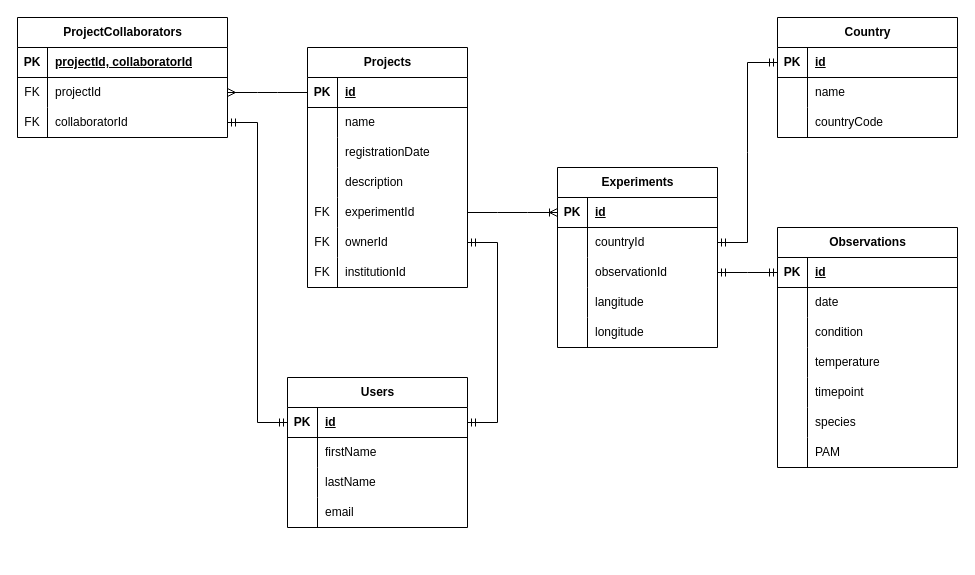
This is db_schema.drawio from greenjune-ship-it/coral-future, a draw.io file, before an edit. Source tidied: cells renumbered, new cells numbered last; positions are measured from the earlier drawing's top-left corner, leaving out a move shared by most shapes. Both pictures are drawn from the tidied source at 100%, with x=0, y=0 at pixel (17, 17).
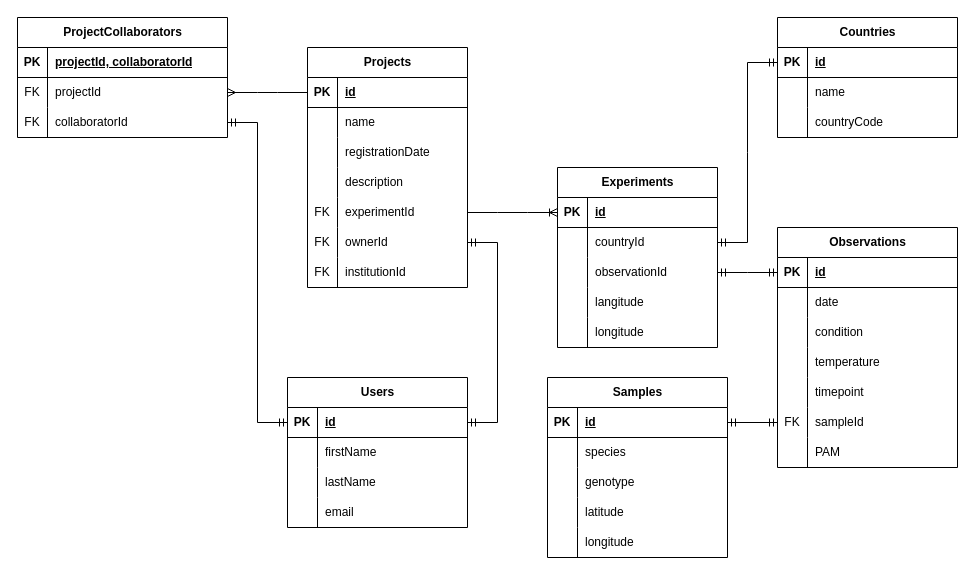
After the change.

Unchanged cells that the change refers to:
```xml
<mxCell id="70" style="shape=tableRow;horizontal=0;startSize=0;swimlaneHead=0;swimlaneBody=0;fillColor=none;points=[[0,0.5],[1,0.5]];portConstraint=eastwest;top=0;left=0;right=0;bottom=0;" parent="54" vertex="1">
  <mxGeometry y="180" width="180" height="30" as="geometry" />
</mxCell>
```

Change to the diagram source:
```diff
@@
-    <mxCell id="71" style="shape=partialRectangle;fillColor=none;top=0;left=0;bottom=0;right=0;overflow=hidden;whiteSpace=wrap;html=1;" parent="70" vertex="1">
+    <mxCell id="71" value="FK" style="shape=partialRectangle;fillColor=none;top=0;left=0;bottom=0;right=0;overflow=hidden;whiteSpace=wrap;html=1;" parent="70" vertex="1">
       <mxGeometry width="30" height="30" as="geometry" />
     </mxCell>
-    <mxCell id="72" value="species" style="shape=partialRectangle;fillColor=none;top=0;left=0;bottom=0;right=0;align=left;spacingLeft=6;overflow=hidden;whiteSpace=wrap;html=1;" parent="70" vertex="1">
+    <mxCell id="72" value="sampleId" style="shape=partialRectangle;fillColor=none;top=0;left=0;bottom=0;right=0;align=left;spacingLeft=6;overflow=hidden;whiteSpace=wrap;html=1;" parent="70" vertex="1">
       <mxGeometry x="30" width="150" height="30" as="geometry" />
     </mxCell>
@@
-    <mxCell id="78" value="Country" style="shape=table;startSize=30;childLayout=tableLayout;rowLines=0;fontStyle=1;align=center;html=1;flipH=1;" parent="1" vertex="1">
+    <mxCell id="78" value="Countries" style="shape=table;startSize=30;childLayout=tableLayout;rowLines=0;fontStyle=1;align=center;html=1;flipH=1;" parent="1" vertex="1">
       <mxGeometry x="760" width="180" height="120" as="geometry" />
     </mxCell>
@@
+    <mxCell id="101" value="Samples" style="shape=table;startSize=30;childLayout=tableLayout;rowLines=0;fontStyle=1;align=center;html=1;" parent="1" vertex="1">
+      <mxGeometry x="530" y="360" width="180" height="180" as="geometry" />
+    </mxCell>
+    <mxCell id="102" style="shape=tableRow;horizontal=0;startSize=0;swimlaneHead=0;swimlaneBody=0;fillColor=none;points=[[0,0.5],[1,0.5]];portConstraint=eastwest;top=0;left=0;right=0;bottom=1;" parent="101" vertex="1">
+      <mxGeometry y="30" width="180" height="30" as="geometry" />
+    </mxCell>
+    <mxCell id="103" value="PK" style="shape=partialRectangle;fillColor=none;top=0;left=0;bottom=0;right=0;fontStyle=1;overflow=hidden;whiteSpace=wrap;html=1;" parent="102" vertex="1">
+      <mxGeometry width="30" height="30" as="geometry" />
+    </mxCell>
+    <mxCell id="104" value="id" style="shape=partialRectangle;fillColor=none;top=0;left=0;bottom=0;right=0;align=left;spacingLeft=6;fontStyle=5;overflow=hidden;whiteSpace=wrap;html=1;" parent="102" vertex="1">
+      <mxGeometry x="30" width="150" height="30" as="geometry" />
+    </mxCell>
+    <mxCell id="105" style="shape=tableRow;horizontal=0;startSize=0;swimlaneHead=0;swimlaneBody=0;fillColor=none;top=0;left=0;right=0;bottom=0;" parent="101" vertex="1">
+      <mxGeometry y="60" width="180" height="30" as="geometry" />
+    </mxCell>
+    <mxCell id="106" style="shape=partialRectangle;fillColor=none;top=0;left=0;bottom=0;right=0;overflow=hidden;whiteSpace=wrap;html=1;" parent="105" vertex="1">
+      <mxGeometry width="30" height="30" as="geometry" />
+    </mxCell>
+    <mxCell id="107" value="species" style="shape=partialRectangle;fillColor=none;top=0;left=0;bottom=0;right=0;align=left;spacingLeft=6;overflow=hidden;whiteSpace=wrap;html=1;" parent="105" vertex="1">
+      <mxGeometry x="30" width="150" height="30" as="geometry" />
+    </mxCell>
+    <mxCell id="108" style="shape=tableRow;horizontal=0;startSize=0;swimlaneHead=0;swimlaneBody=0;fillColor=none;top=0;left=0;right=0;bottom=0;" parent="101" vertex="1">
+      <mxGeometry y="90" width="180" height="30" as="geometry" />
+    </mxCell>
+    <mxCell id="109" style="shape=partialRectangle;fillColor=none;top=0;left=0;bottom=0;right=0;overflow=hidden;whiteSpace=wrap;html=1;" parent="108" vertex="1">
+      <mxGeometry width="30" height="30" as="geometry" />
+    </mxCell>
+    <mxCell id="110" value="genotype" style="shape=partialRectangle;fillColor=none;top=0;left=0;bottom=0;right=0;align=left;spacingLeft=6;overflow=hidden;whiteSpace=wrap;html=1;" parent="108" vertex="1">
+      <mxGeometry x="30" width="150" height="30" as="geometry" />
+    </mxCell>
+    <mxCell id="111" style="shape=tableRow;horizontal=0;startSize=0;swimlaneHead=0;swimlaneBody=0;fillColor=none;top=0;left=0;right=0;bottom=0;" parent="101" vertex="1">
+      <mxGeometry y="120" width="180" height="30" as="geometry" />
+    </mxCell>
+    <mxCell id="112" style="shape=partialRectangle;fillColor=none;top=0;left=0;bottom=0;right=0;overflow=hidden;whiteSpace=wrap;html=1;" parent="111" vertex="1">
+      <mxGeometry width="30" height="30" as="geometry" />
+    </mxCell>
+    <mxCell id="113" value="latitude" style="shape=partialRectangle;fillColor=none;top=0;left=0;bottom=0;right=0;align=left;spacingLeft=6;overflow=hidden;whiteSpace=wrap;html=1;" parent="111" vertex="1">
+      <mxGeometry x="30" width="150" height="30" as="geometry" />
+    </mxCell>
+    <mxCell id="114" style="shape=tableRow;horizontal=0;startSize=0;swimlaneHead=0;swimlaneBody=0;fillColor=none;top=0;left=0;right=0;bottom=0;" parent="101" vertex="1">
+      <mxGeometry y="150" width="180" height="30" as="geometry" />
+    </mxCell>
+    <mxCell id="115" style="shape=partialRectangle;fillColor=none;top=0;left=0;bottom=0;right=0;overflow=hidden;whiteSpace=wrap;html=1;" parent="114" vertex="1">
+      <mxGeometry width="30" height="30" as="geometry" />
+    </mxCell>
+    <mxCell id="116" value="longitude" style="shape=partialRectangle;fillColor=none;top=0;left=0;bottom=0;right=0;align=left;spacingLeft=6;overflow=hidden;whiteSpace=wrap;html=1;" parent="114" vertex="1">
+      <mxGeometry x="30" width="150" height="30" as="geometry" />
+    </mxCell>
+    <mxCell id="117" style="edgeStyle=entityRelationEdgeStyle;fontSize=12;html=1;endArrow=ERmandOne;startArrow=ERmandOne;rounded=0;" parent="1" edge="1" source="102" target="70">
+      <mxGeometry relative="1" as="geometry" />
+    </mxCell>
```
